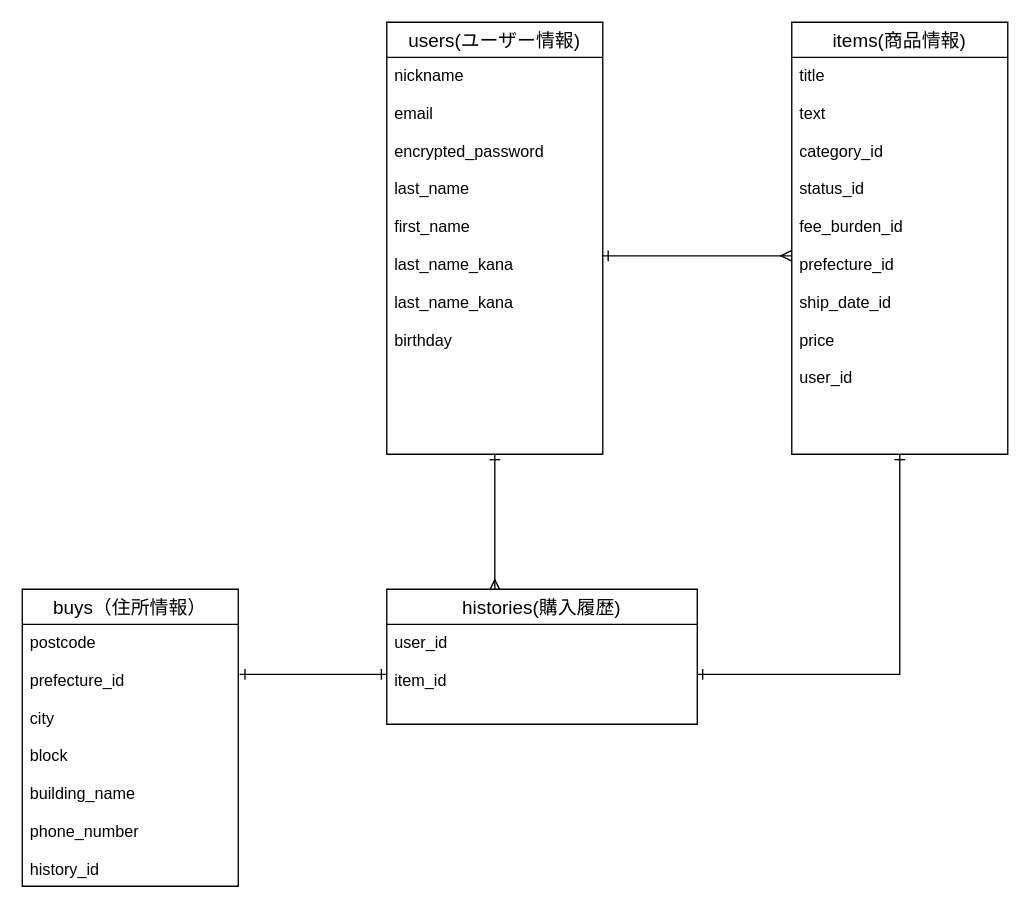
Earlier version of the draw.io diagram er.dio (shogosuzuki712/furima-35052). Source tidied: cells renumbered, new cells numbered last; positions are measured from the earlier drawing's top-left corner, leaving out a move shared by most shapes. Both pictures are drawn from the tidied source at 135%, with x=0, y=0 at pixel (22, 22).
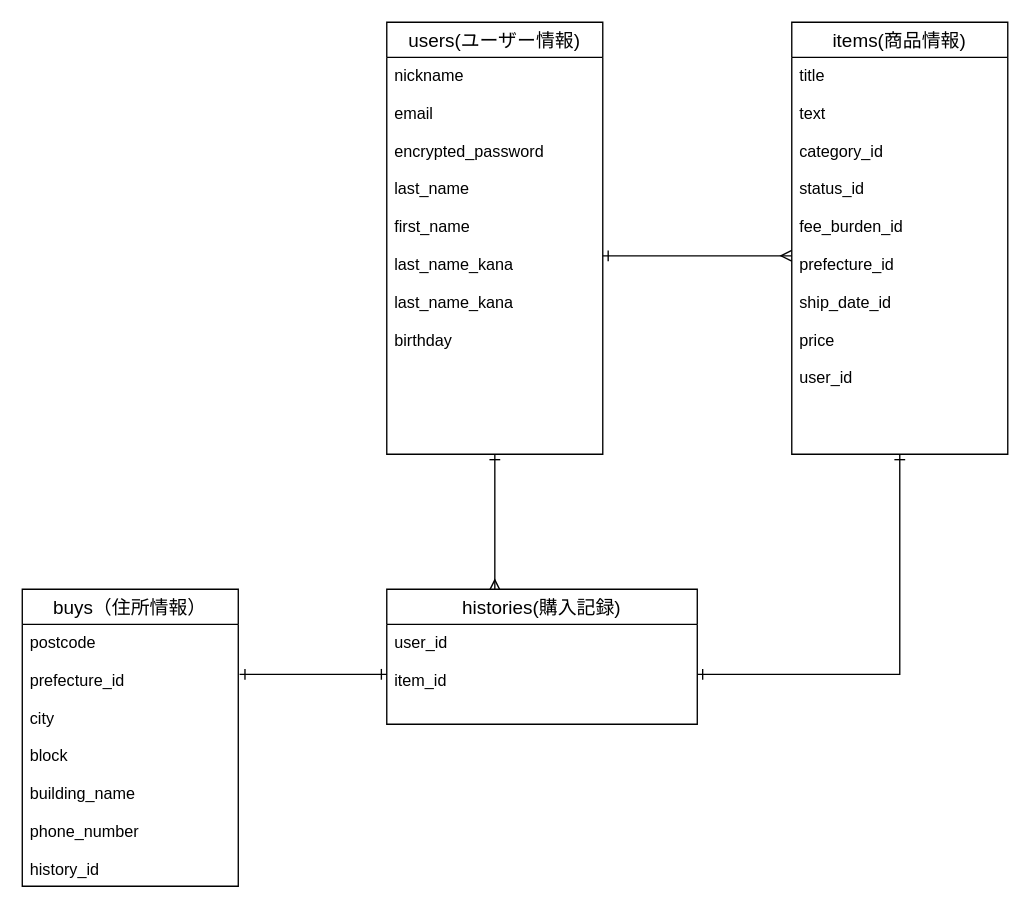
The same diagram, later.

Commit message (it also covers changes not shown here):
ER図とREADME.md修正-3

Change to the diagram source:
```diff
@@
 <mxGraphModel>
   <root>
     <mxCell id="0" />
     <mxCell id="1" parent="0" />
     <mxCell id="2" style="edgeStyle=orthogonalEdgeStyle;rounded=0;jettySize=auto;html=1;startArrow=ERone;startFill=0;endArrow=ERmany;endFill=0;entryX=0.348;entryY=0.01;entryDx=0;entryDy=0;entryPerimeter=0;" parent="1" edge="1" source="3" target="10">
       <mxGeometry relative="1" as="geometry" />
     </mxCell>
     <mxCell id="3" value="users(ユーザー情報)" style="swimlane;fontStyle=0;horizontal=1;startSize=26;align=center;fontSize=14;" parent="1" vertex="1">
       <mxGeometry x="270" width="160" height="320" as="geometry" />
     </mxCell>
     <mxCell id="4" value="nickname&#10;&#10;email&#10;&#10;encrypted_password&#10;&#10;last_name&#10;&#10;first_name&#10;&#10;last_name_kana&#10;&#10;last_name_kana&#10;&#10;birthday" style="text;strokeColor=none;fillColor=none;spacingLeft=4;spacingRight=4;overflow=hidden;points=[[0,0.5],[1,0.5]];portConstraint=eastwest;fontSize=12;" parent="3" vertex="1">
       <mxGeometry y="26" width="160" height="294" as="geometry" />
     </mxCell>
     <mxCell id="5" style="edgeStyle=orthogonalEdgeStyle;rounded=0;jettySize=auto;html=1;entryX=1;entryY=0.5;entryDx=0;entryDy=0;startArrow=ERone;startFill=0;endArrow=ERone;endFill=0;" parent="1" edge="1" source="6" target="11">
       <mxGeometry relative="1" as="geometry" />
     </mxCell>
     <mxCell id="6" value="items(商品情報)" style="swimlane;fontStyle=0;horizontal=1;startSize=26;align=center;fontSize=14;" parent="1" vertex="1">
       <mxGeometry x="570" width="160" height="320" as="geometry" />
     </mxCell>
     <mxCell id="7" value="title&#10;&#10;text&#10;&#10;category_id&#10;&#10;status_id&#10;&#10;fee_burden_id&#10;&#10;prefecture_id&#10;&#10;ship_date_id&#10;&#10;price&#10;&#10;user_id" style="text;strokeColor=none;fillColor=none;spacingLeft=4;spacingRight=4;overflow=hidden;points=[[0,0.5],[1,0.5]];portConstraint=eastwest;fontSize=12;" parent="6" vertex="1">
       <mxGeometry y="26" width="160" height="294" as="geometry" />
     </mxCell>
     <mxCell id="8" value="buys（住所情報）" style="swimlane;fontStyle=0;horizontal=1;startSize=26;align=center;fontSize=14;" parent="1" vertex="1">
       <mxGeometry y="420" width="160" height="220" as="geometry" />
     </mxCell>
     <mxCell id="9" value="postcode&#10;&#10;prefecture_id&#10;&#10;city&#10;&#10;block&#10;&#10;building_name&#10;&#10;phone_number&#10;&#10;history_id" style="text;strokeColor=none;fillColor=none;spacingLeft=4;spacingRight=4;overflow=hidden;points=[[0,0.5],[1,0.5]];portConstraint=eastwest;fontSize=12;" parent="8" vertex="1">
       <mxGeometry y="26" width="160" height="194" as="geometry" />
     </mxCell>
-    <mxCell id="10" value="histories(購入履歴)" style="swimlane;fontStyle=0;horizontal=1;startSize=26;align=center;fontSize=14;" parent="1" vertex="1">
+    <mxCell id="10" value="histories(購入記録)" style="swimlane;fontStyle=0;horizontal=1;startSize=26;align=center;fontSize=14;" parent="1" vertex="1">
       <mxGeometry x="270" y="420" width="230" height="100" as="geometry" />
     </mxCell>
     <mxCell id="11" value="user_id&#10;&#10;item_id" style="text;strokeColor=none;fillColor=none;spacingLeft=4;spacingRight=4;overflow=hidden;points=[[0,0.5],[1,0.5]];portConstraint=eastwest;fontSize=12;" parent="10" vertex="1">
       <mxGeometry y="26" width="230" height="74" as="geometry" />
     </mxCell>
     <mxCell id="12" style="edgeStyle=orthogonalEdgeStyle;rounded=0;jettySize=auto;html=1;exitX=1;exitY=0.5;exitDx=0;exitDy=0;entryX=0;entryY=0.5;entryDx=0;entryDy=0;endArrow=ERmany;endFill=0;startArrow=ERone;startFill=0;" parent="1" edge="1" source="4" target="7">
       <mxGeometry relative="1" as="geometry" />
     </mxCell>
     <mxCell id="13" style="edgeStyle=orthogonalEdgeStyle;rounded=0;jettySize=auto;html=1;entryX=1.006;entryY=0.191;entryDx=0;entryDy=0;entryPerimeter=0;startArrow=ERone;startFill=0;endArrow=ERone;endFill=0;" parent="1" edge="1" source="11" target="9">
       <mxGeometry relative="1" as="geometry" />
     </mxCell>
   </root>
 </mxGraphModel>
```
